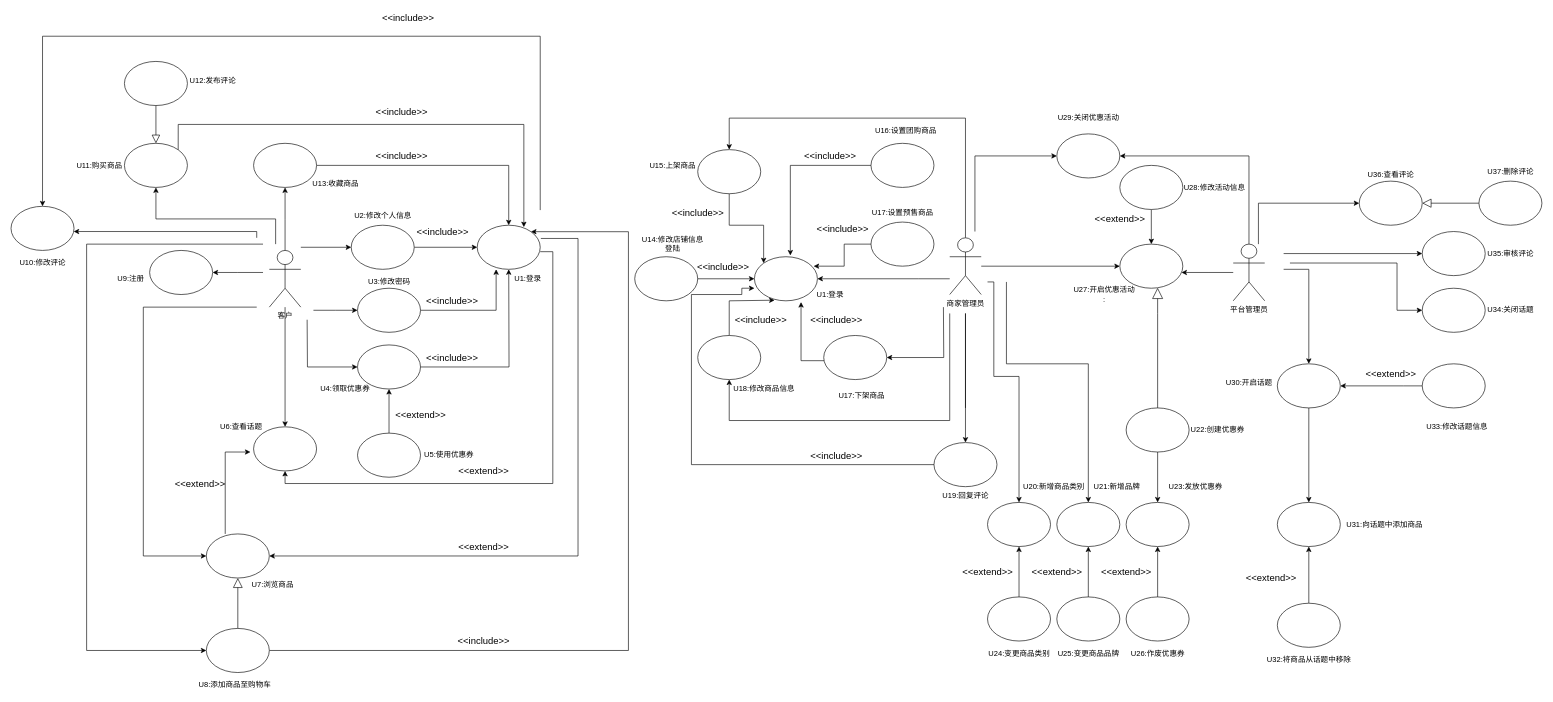
This is 软工导论小组作业/需求建模之用例模型（商品模块）.drawio from app1echip/grams, a draw.io file, before an edit. Source tidied: cells renumbered, new cells numbered last; positions are measured from the earlier drawing's top-left corner, leaving out a move shared by most shapes. Both pictures are drawn from the tidied source at 63%, with x=0, y=0 at pixel (11, 11).
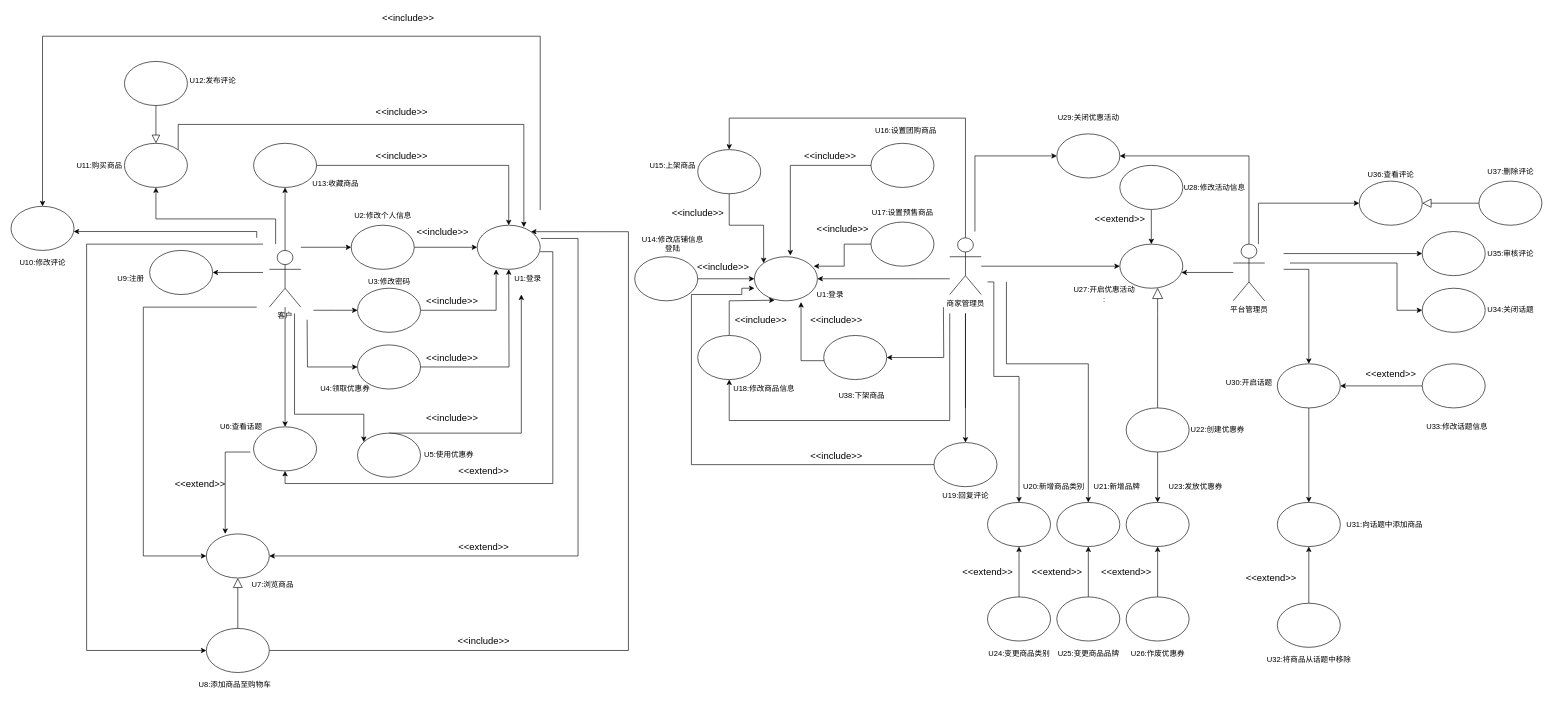
The same page after the edit.

Commit message:
Update 需求建模之用例模型（商品模块）.drawio

Unchanged cells that the change refers to:
```xml
<mxCell id="35" style="ellipse;whiteSpace=wrap;html=1;" parent="1" vertex="1">
  <mxGeometry x="550" y="530" width="100" height="70" as="geometry" />
</mxCell>
<mxCell id="41" style="ellipse;whiteSpace=wrap;html=1;" parent="1" vertex="1">
  <mxGeometry x="550" y="670" width="100" height="70" as="geometry" />
</mxCell>
```

Change to the diagram source:
```diff
@@
-    <mxCell id="34" style="edgeStyle=orthogonalEdgeStyle;rounded=0;jettySize=auto;html=1;startArrow=classic;startFill=1;endArrow=none;endFill=0;entryX=0.5;entryY=0;entryDx=0;entryDy=0;" parent="1" edge="1" source="35" target="41">
-      <mxGeometry relative="1" as="geometry" />
+    <mxCell id="34" style="edgeStyle=orthogonalEdgeStyle;rounded=0;jettySize=auto;html=1;startArrow=classic;startFill=1;endArrow=none;endFill=0;entryX=0.5;entryY=0;entryDx=0;entryDy=0;startSize=6;" parent="1" edge="1" target="41">
+      <mxGeometry relative="1" as="geometry">
+        <mxPoint x="810" y="450" as="sourcePoint" />
+        <Array as="points">
+          <mxPoint x="810" y="450" />
+          <mxPoint x="810" y="670" />
+        </Array>
+      </mxGeometry>
     </mxCell>
@@
+    <mxCell id="162" style="edgeStyle=orthogonalEdgeStyle;rounded=0;jettySize=auto;html=1;startArrow=classic;startFill=1;startSize=6;sourcePerimeterSpacing=0;endArrow=none;endFill=0;endSize=12;targetPerimeterSpacing=0;strokeWidth=1;" parent="1" edge="1" source="41">
+      <mxGeometry relative="1" as="geometry">
+        <mxPoint x="450" y="480" as="targetPoint" />
+        <Array as="points">
+          <mxPoint x="560" y="640" />
+          <mxPoint x="450" y="640" />
+        </Array>
+      </mxGeometry>
+    </mxCell>
@@
-    <mxCell id="80" style="edgeStyle=orthogonalEdgeStyle;rounded=0;orthogonalLoop=1;jettySize=auto;html=1;startArrow=classic;startFill=1;endArrow=none;endFill=0;" parent="1" edge="1">
+    <mxCell id="80" style="edgeStyle=orthogonalEdgeStyle;rounded=0;orthogonalLoop=1;jettySize=auto;html=1;startArrow=none;startFill=0;endArrow=classic;endFill=1;" parent="1" edge="1">
       <mxGeometry relative="1" as="geometry">
         <mxPoint x="380" y="700" as="sourcePoint" />
         <mxPoint x="340" y="830" as="targetPoint" />
         <Array as="points">
           <mxPoint x="340" y="700" />
           <mxPoint x="340" y="830" />
         </Array>
       </mxGeometry>
     </mxCell>
@@
-    <mxCell id="96" value="&lt;font style=&quot;font-size: 15px&quot;&gt;&amp;lt;&amp;lt;extend&amp;gt;&amp;gt;&lt;/font&gt;" style="text;html=1;align=center;verticalAlign=middle;" parent="1" vertex="1">
-      <mxGeometry x="600" y="630" width="100" height="20" as="geometry" />
-    </mxCell>
@@
-    <mxCell id="141" value="&lt;span&gt;U17:&lt;/span&gt;&lt;span&gt;下架商品&lt;/span&gt;" style="text;html=1;align=center;verticalAlign=middle;" parent="1" vertex="1">
+    <mxCell id="141" value="&lt;span&gt;U38:&lt;/span&gt;&lt;span&gt;下架商品&lt;/span&gt;" style="text;html=1;align=center;verticalAlign=middle;" parent="1" vertex="1">
       <mxGeometry x="1305" y="600" width="90" height="20" as="geometry" />
     </mxCell>
@@
+    <mxCell id="163" value="&lt;font style=&quot;font-size: 15px&quot;&gt;&amp;lt;&amp;lt;include&amp;gt;&amp;gt;&lt;/font&gt;" style="text;html=1;align=center;verticalAlign=middle;" parent="1" vertex="1">
+      <mxGeometry x="650" y="635" width="100" height="20" as="geometry" />
+    </mxCell>
```
